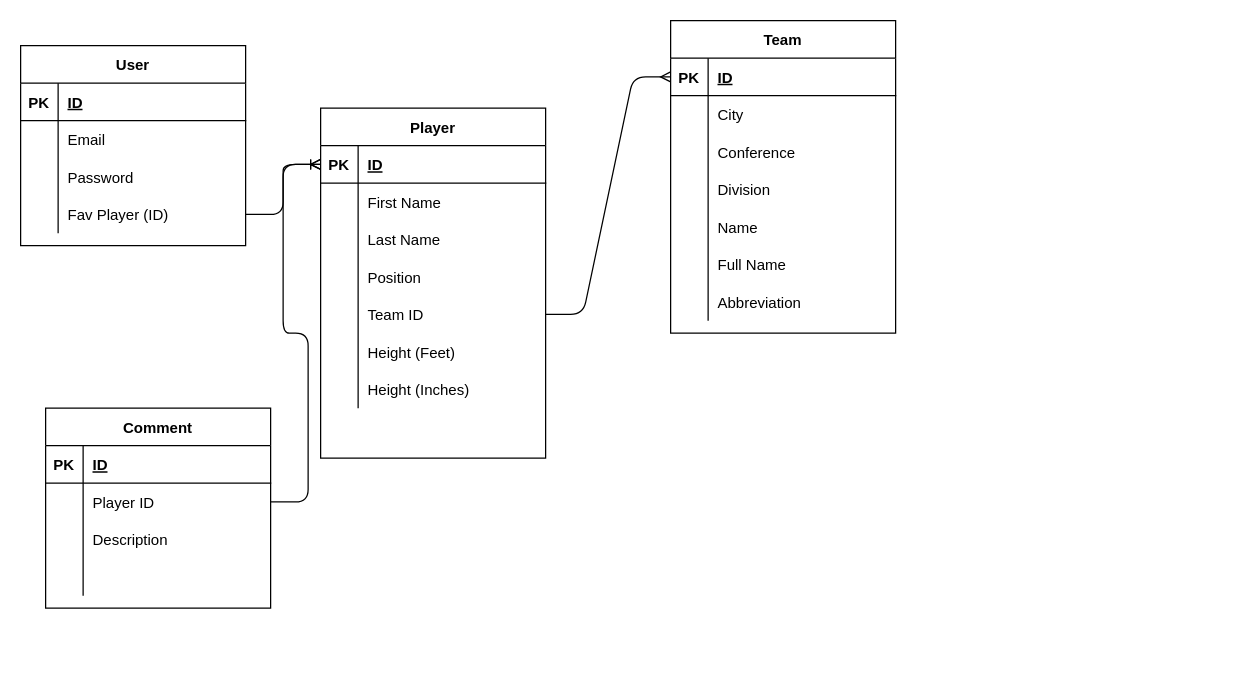
Above: ERD.drawio in devin-lynch/proj-2-nba-app (draw.io), before the change. Source tidied: cells renumbered, new cells numbered last; positions are measured from the earlier drawing's top-left corner, leaving out a move shared by most shapes. Both pictures are drawn from the tidied source at 125%, with x=0, y=0 at pixel (20, 20).
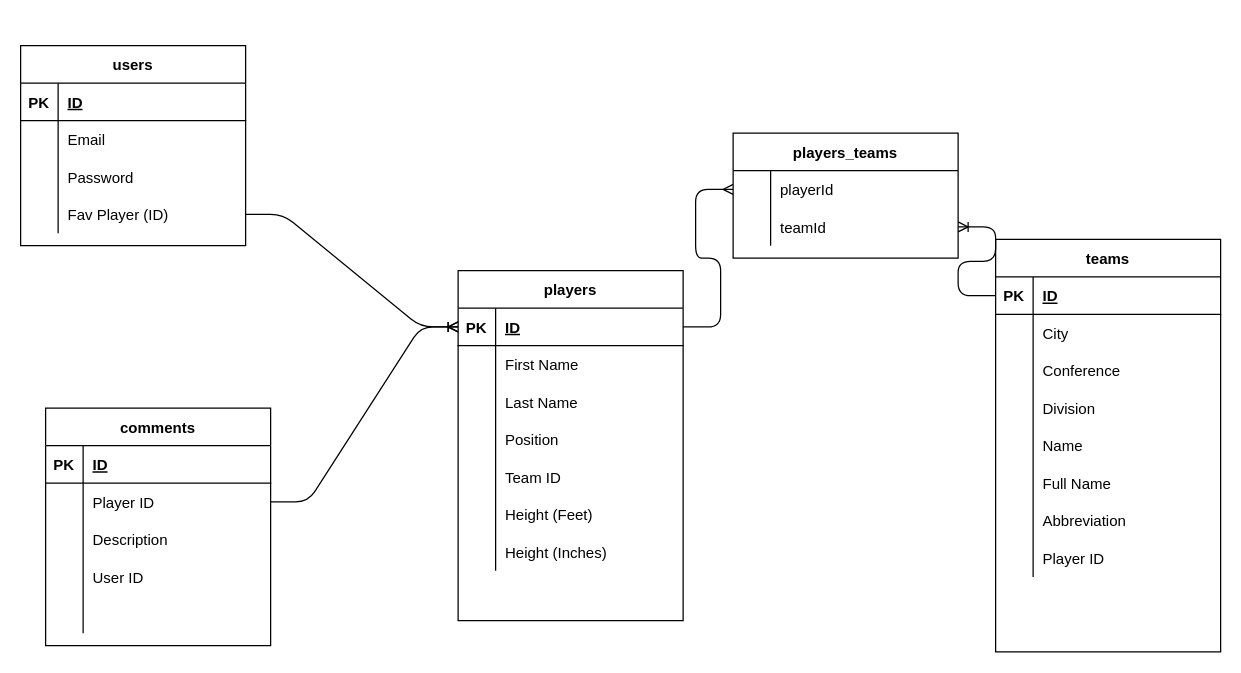
The same diagram, later.

Commit message (it also covers changes not shown here):
Create get routes for teams/players

Unchanged cells that the change refers to:
```xml
<mxCell id="3" style="shape=partialRectangle;fillColor=none;top=0;left=0;bottom=1;right=0;points=[[0,0.5],[1,0.5]];portConstraint=eastwest;" parent="2" vertex="1">
  <mxGeometry y="30" width="180" height="30" as="geometry" />
</mxCell>
<mxCell id="15" style="shape=partialRectangle;fillColor=none;top=0;left=0;bottom=0;right=0;points=[[0,0.5],[1,0.5]];portConstraint=eastwest;" parent="2" vertex="1">
  <mxGeometry y="150" width="180" height="30" as="geometry" />
</mxCell>
<mxCell id="25" style="shape=partialRectangle;fillColor=none;top=0;left=0;bottom=1;right=0;points=[[0,0.5],[1,0.5]];portConstraint=eastwest;" parent="24" vertex="1">
  <mxGeometry y="30" width="180" height="30" as="geometry" />
</mxCell>
```

What changed in the source:
```diff
@@
-    <mxCell id="2" value="Player" style="shape=table;startSize=30;childLayout=tableLayout;rowLines=0;fontStyle=1;align=center;swimlaneFillColor=default;" parent="1" vertex="1">
-      <mxGeometry x="240" y="70" width="180" height="280" as="geometry" />
+    <mxCell id="2" value="players" style="shape=table;startSize=30;childLayout=tableLayout;rowLines=0;fontStyle=1;align=center;swimlaneFillColor=default;" parent="1" vertex="1">
+      <mxGeometry x="350" y="200" width="180" height="280" as="geometry" />
     </mxCell>
@@
-    <mxCell id="24" value="Team" style="shape=table;startSize=30;childLayout=tableLayout;rowLines=0;fontStyle=1;align=center;swimlaneFillColor=default;" parent="1" vertex="1">
-      <mxGeometry x="520" width="180" height="250" as="geometry" />
+    <mxCell id="24" value="teams" style="shape=table;startSize=30;childLayout=tableLayout;rowLines=0;fontStyle=1;align=center;swimlaneFillColor=default;" parent="1" vertex="1">
+      <mxGeometry x="780" y="175" width="180" height="330" as="geometry" />
     </mxCell>
@@
+    <mxCell id="75" style="shape=partialRectangle;fillColor=none;top=0;left=0;bottom=0;right=0;" parent="24" vertex="1">
+      <mxGeometry y="240" width="180" height="30" as="geometry" />
+    </mxCell>
+    <mxCell id="76" style="shape=partialRectangle;fillColor=none;top=0;left=0;bottom=0;right=0;overflow=hidden;" parent="75" vertex="1">
+      <mxGeometry width="30" height="30" as="geometry" />
+    </mxCell>
+    <mxCell id="77" value="Player ID" style="shape=partialRectangle;fillColor=none;top=0;left=0;bottom=0;right=0;align=left;spacingLeft=6;overflow=hidden;" parent="75" vertex="1">
+      <mxGeometry x="30" width="150" height="30" as="geometry" />
+    </mxCell>
-    <mxCell id="46" style="edgeStyle=entityRelationEdgeStyle;fontSize=12;html=1;endArrow=ERmany;exitX=1;exitY=0.5;exitDx=0;exitDy=0;entryX=0;entryY=0.5;entryDx=0;entryDy=0;" parent="1" edge="1" source="15" target="25">
+    <mxCell id="46" style="edgeStyle=entityRelationEdgeStyle;fontSize=12;html=1;endArrow=ERmany;exitX=1;exitY=0.5;exitDx=0;exitDy=0;entryX=0;entryY=0.5;entryDx=0;entryDy=0;" parent="1" edge="1" source="3" target="82">
       <mxGeometry relative="1" as="geometry" />
     </mxCell>
-    <mxCell id="47" value="User" style="shape=table;startSize=30;childLayout=tableLayout;rowLines=0;fontStyle=1;align=center;swimlaneFillColor=default;" parent="1" vertex="1">
+    <mxCell id="47" value="users" style="shape=table;startSize=30;childLayout=tableLayout;rowLines=0;fontStyle=1;align=center;swimlaneFillColor=default;" parent="1" vertex="1">
       <mxGeometry y="20" width="180" height="160" as="geometry" />
     </mxCell>
@@
-    <mxCell id="61" value="Comment" style="shape=table;startSize=30;childLayout=tableLayout;rowLines=0;fontStyle=1;align=center;swimlaneFillColor=default;" parent="1" vertex="1">
-      <mxGeometry x="20" y="310" width="180" height="160" as="geometry" />
+    <mxCell id="61" value="comments" style="shape=table;startSize=30;childLayout=tableLayout;rowLines=0;fontStyle=1;align=center;swimlaneFillColor=default;" parent="1" vertex="1">
+      <mxGeometry x="20" y="310" width="180" height="190" as="geometry" />
     </mxCell>
@@
+    <mxCell id="78" style="shape=partialRectangle;fillColor=none;top=0;left=0;bottom=0;right=0;" parent="61" vertex="1">
+      <mxGeometry y="120" width="180" height="30" as="geometry" />
+    </mxCell>
+    <mxCell id="79" style="shape=partialRectangle;fillColor=none;top=0;left=0;bottom=0;right=0;overflow=hidden;" parent="78" vertex="1">
+      <mxGeometry width="30" height="30" as="geometry" />
+    </mxCell>
+    <mxCell id="80" value="User ID" style="shape=partialRectangle;fillColor=none;top=0;left=0;bottom=0;right=0;align=left;spacingLeft=6;overflow=hidden;" parent="78" vertex="1">
+      <mxGeometry x="30" width="150" height="30" as="geometry" />
+    </mxCell>
     <mxCell id="71" style="shape=partialRectangle;fillColor=none;top=0;left=0;bottom=0;right=0;" parent="61" vertex="1">
-      <mxGeometry y="120" width="180" height="30" as="geometry" />
+      <mxGeometry y="150" width="180" height="30" as="geometry" />
     </mxCell>
@@
+    <mxCell id="81" value="players_teams" style="shape=table;startSize=30;childLayout=tableLayout;rowLines=0;fontStyle=1;align=center;swimlaneFillColor=default;" parent="1" vertex="1">
+      <mxGeometry x="570" y="90" width="180" height="100" as="geometry" />
+    </mxCell>
+    <mxCell id="82" style="shape=partialRectangle;fillColor=none;top=0;left=0;bottom=0;right=0;points=[[0,0.5],[1,0.5]];portConstraint=eastwest;" parent="81" vertex="1">
+      <mxGeometry y="30" width="180" height="30" as="geometry" />
+    </mxCell>
+    <mxCell id="83" style="shape=partialRectangle;fillColor=none;top=0;left=0;bottom=0;right=0;overflow=hidden;" parent="82" vertex="1">
+      <mxGeometry width="30" height="30" as="geometry" />
+    </mxCell>
+    <mxCell id="84" value="playerId" style="shape=partialRectangle;fillColor=none;top=0;left=0;bottom=0;right=0;align=left;spacingLeft=6;overflow=hidden;" parent="82" vertex="1">
+      <mxGeometry x="30" width="150" height="30" as="geometry" />
+    </mxCell>
+    <mxCell id="85" style="shape=partialRectangle;fillColor=none;top=0;left=0;bottom=0;right=0;points=[[0,0.5],[1,0.5]];portConstraint=eastwest;" parent="81" vertex="1">
+      <mxGeometry y="60" width="180" height="30" as="geometry" />
+    </mxCell>
+    <mxCell id="86" style="shape=partialRectangle;fillColor=none;top=0;left=0;bottom=0;right=0;overflow=hidden;" parent="85" vertex="1">
+      <mxGeometry width="30" height="30" as="geometry" />
+    </mxCell>
+    <mxCell id="87" value="teamId" style="shape=partialRectangle;fillColor=none;top=0;left=0;bottom=0;right=0;align=left;spacingLeft=6;overflow=hidden;" parent="85" vertex="1">
+      <mxGeometry x="30" width="150" height="30" as="geometry" />
+    </mxCell>
+    <mxCell id="88" style="edgeStyle=entityRelationEdgeStyle;fontSize=12;html=1;endArrow=ERoneToMany;exitX=0;exitY=0.5;exitDx=0;exitDy=0;entryX=1;entryY=0.5;entryDx=0;entryDy=0;" parent="1" edge="1" source="25" target="85">
+      <mxGeometry relative="1" as="geometry" />
+    </mxCell>
```
